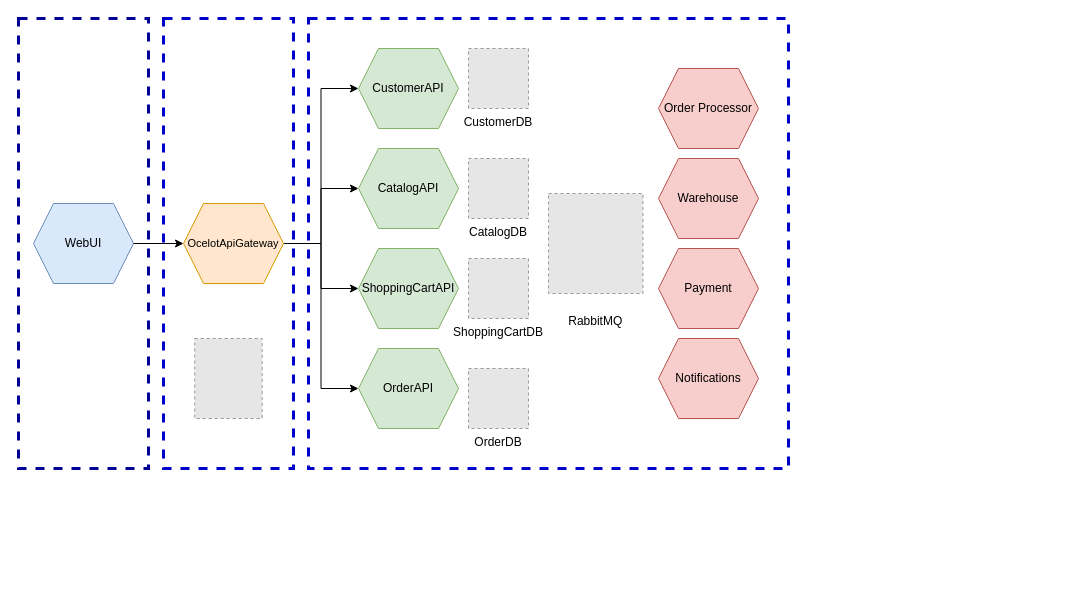
Earlier version of the draw.io diagram page "architecture" (2 of 12) of docs/DotNetRabbitMQIntegration.drawio (ivanenkomaksym/dotnet-messagebroker-demo). Source tidied: cells renumbered, new cells numbered last; positions are measured from the earlier drawing's top-left corner, leaving out a move shared by most shapes. Both pictures are drawn from the tidied source at 100%, with x=0, y=0 at pixel (18, 18). Pictures stored in the file or linked from it are replaced by grey dashed boxes.
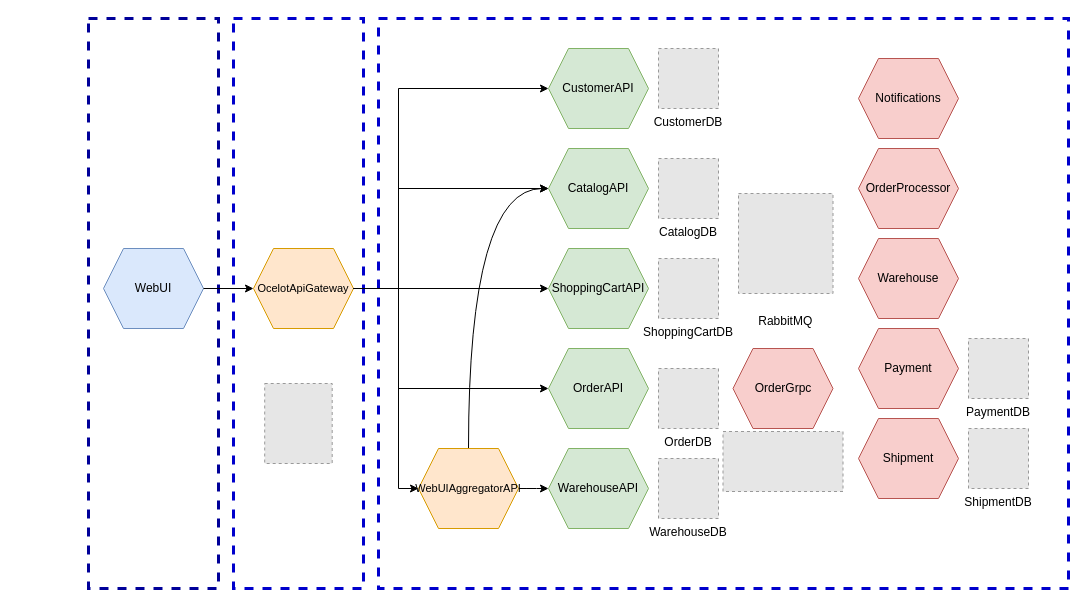
Above is the later version.

Diff of the diagram source:
```diff
@@
     <mxCell id="2" style="rounded=0;whiteSpace=wrap;html=1;dashed=1;strokeWidth=3;strokeColor=#0000CC;" parent="1" vertex="1">
-      <mxGeometry x="290" width="480" height="450" as="geometry" />
+      <mxGeometry x="360" width="690" height="570" as="geometry" />
     </mxCell>
     <mxCell id="3" style="rounded=0;whiteSpace=wrap;html=1;dashed=1;strokeWidth=3;strokeColor=#000099;" parent="1" vertex="1">
-      <mxGeometry width="130" height="450" as="geometry" />
+      <mxGeometry x="70" width="130" height="570" as="geometry" />
     </mxCell>
+    <mxCell id="9" value="WebUI" style="shape=hexagon;perimeter=hexagonPerimeter2;whiteSpace=wrap;html=1;fixedSize=1;labelBackgroundColor=none;fillColor=#dae8fc;strokeColor=#6c8ebf;" parent="1" vertex="1">
+      <mxGeometry x="85" y="230" width="100" height="80" as="geometry" />
+    </mxCell>
+    <mxCell id="26" style="edgeStyle=orthogonalEdgeStyle;jettySize=auto;html=1;entryX=0;entryY=0.5;entryDx=0;entryDy=0;rounded=0;" parent="1" edge="1" source="13" target="32">
+      <mxGeometry relative="1" as="geometry">
+        <Array as="points">
+          <mxPoint x="380" y="270" />
+          <mxPoint x="380" y="470" />
+        </Array>
+      </mxGeometry>
+    </mxCell>
+    <mxCell id="13" style="rounded=0;whiteSpace=wrap;html=1;dashed=1;strokeWidth=3;strokeColor=#0000CC;" parent="1" vertex="1">
+      <mxGeometry x="215" width="130" height="570" as="geometry" />
+    </mxCell>
+    <mxCell id="14" style="fillColor=#E6E6E6;strokeColor=#999999;dashed=1;verticalLabelPosition=bottom;labelBackgroundColor=#ffffff;verticalAlign=top;" parent="1" vertex="1">
+      <mxGeometry x="246.2" y="365" width="67.5" height="80" as="geometry" />
+    </mxCell>
+    <mxCell id="19" value="OcelotApiGateway" style="shape=hexagon;perimeter=hexagonPerimeter2;whiteSpace=wrap;html=1;fixedSize=1;fontSize=11;fillColor=#ffe6cc;strokeColor=#d79b00;" parent="1" vertex="1">
+      <mxGeometry x="235" y="230" width="100" height="80" as="geometry" />
+    </mxCell>
+    <mxCell id="20" style="edgeStyle=orthogonalEdgeStyle;rounded=0;jettySize=auto;html=1;" parent="1" edge="1" source="9" target="19">
+      <mxGeometry relative="1" as="geometry" />
+    </mxCell>
+    <mxCell id="15" style="edgeStyle=orthogonalEdgeStyle;rounded=0;jettySize=auto;html=1;entryX=0;entryY=0.5;entryDx=0;entryDy=0;fontSize=11;" parent="1" edge="1" source="19" target="21">
+      <mxGeometry relative="1" as="geometry">
+        <Array as="points">
+          <mxPoint x="380" y="270" />
+          <mxPoint x="380" y="70" />
+        </Array>
+      </mxGeometry>
+    </mxCell>
-    <mxCell id="4" value="Order Processor" style="shape=hexagon;perimeter=hexagonPerimeter2;whiteSpace=wrap;html=1;fixedSize=1;fillColor=#f8cecc;strokeColor=#b85450;" parent="1" vertex="1">
-      <mxGeometry x="640" y="50" width="100" height="80" as="geometry" />
+    <mxCell id="4" value="OrderProcessor" style="shape=hexagon;perimeter=hexagonPerimeter2;whiteSpace=wrap;html=1;fixedSize=1;fillColor=#f8cecc;strokeColor=#b85450;" parent="1" vertex="1">
+      <mxGeometry x="840" y="130" width="100" height="80" as="geometry" />
     </mxCell>
     <mxCell id="5" value="Warehouse" style="shape=hexagon;perimeter=hexagonPerimeter2;whiteSpace=wrap;html=1;fixedSize=1;fillColor=#f8cecc;strokeColor=#b85450;" parent="1" vertex="1">
-      <mxGeometry x="640" y="140" width="100" height="80" as="geometry" />
+      <mxGeometry x="840" y="220" width="100" height="80" as="geometry" />
     </mxCell>
-    <mxCell id="6" value="Notifications" style="shape=hexagon;perimeter=hexagonPerimeter2;whiteSpace=wrap;html=1;fixedSize=1;fillColor=#f8cecc;strokeColor=#b85450;" parent="1" vertex="1">
-      <mxGeometry x="640" y="320" width="100" height="80" as="geometry" />
-    </mxCell>
     <mxCell id="7" value="Payment" style="shape=hexagon;perimeter=hexagonPerimeter2;whiteSpace=wrap;html=1;fixedSize=1;fillColor=#f8cecc;strokeColor=#b85450;" parent="1" vertex="1">
-      <mxGeometry x="640" y="230" width="100" height="80" as="geometry" />
+      <mxGeometry x="840" y="310" width="100" height="80" as="geometry" />
     </mxCell>
     <mxCell id="8" value="OrderAPI" style="shape=hexagon;perimeter=hexagonPerimeter2;whiteSpace=wrap;html=1;fixedSize=1;fillColor=#d5e8d4;strokeColor=#82b366;" parent="1" vertex="1">
-      <mxGeometry x="340" y="330" width="100" height="80" as="geometry" />
+      <mxGeometry x="530" y="330" width="100" height="80" as="geometry" />
     </mxCell>
-    <mxCell id="9" value="WebUI" style="shape=hexagon;perimeter=hexagonPerimeter2;whiteSpace=wrap;html=1;fixedSize=1;labelBackgroundColor=none;fillColor=#dae8fc;strokeColor=#6c8ebf;" parent="1" vertex="1">
-      <mxGeometry x="15" y="185" width="100" height="80" as="geometry" />
-    </mxCell>
     <mxCell id="10" value="CatalogAPI" style="shape=hexagon;perimeter=hexagonPerimeter2;whiteSpace=wrap;html=1;fixedSize=1;fillColor=#d5e8d4;strokeColor=#82b366;" parent="1" vertex="1">
-      <mxGeometry x="340" y="130" width="100" height="80" as="geometry" />
+      <mxGeometry x="530" y="130" width="100" height="80" as="geometry" />
     </mxCell>
     <mxCell id="11" value="ShoppingCartAPI" style="shape=hexagon;perimeter=hexagonPerimeter2;whiteSpace=wrap;html=1;fixedSize=1;fillColor=#d5e8d4;strokeColor=#82b366;" parent="1" vertex="1">
-      <mxGeometry x="340" y="230" width="100" height="80" as="geometry" />
+      <mxGeometry x="530" y="230" width="100" height="80" as="geometry" />
     </mxCell>
     <mxCell id="12" value="CustomerDB" style="fillColor=#E6E6E6;strokeColor=#999999;dashed=1;verticalLabelPosition=bottom;labelBackgroundColor=#ffffff;verticalAlign=top;" parent="1" vertex="1">
-      <mxGeometry x="450" y="30" width="60" height="60" as="geometry" />
+      <mxGeometry x="640" y="30" width="60" height="60" as="geometry" />
     </mxCell>
-    <mxCell id="13" style="rounded=0;whiteSpace=wrap;html=1;dashed=1;strokeWidth=3;strokeColor=#0000CC;" parent="1" vertex="1">
-      <mxGeometry x="145" width="130" height="450" as="geometry" />
-    </mxCell>
-    <mxCell id="14" style="fillColor=#E6E6E6;strokeColor=#999999;dashed=1;verticalLabelPosition=bottom;labelBackgroundColor=#ffffff;verticalAlign=top;" parent="1" vertex="1">
-      <mxGeometry x="176.2" y="320" width="67.5" height="80" as="geometry" />
-    </mxCell>
-    <mxCell id="15" style="edgeStyle=orthogonalEdgeStyle;rounded=0;jettySize=auto;html=1;entryX=0;entryY=0.5;entryDx=0;entryDy=0;fontSize=11;" parent="1" edge="1" source="19" target="21">
-      <mxGeometry relative="1" as="geometry" />
-    </mxCell>
     <mxCell id="16" style="edgeStyle=orthogonalEdgeStyle;rounded=0;jettySize=auto;html=1;entryX=0;entryY=0.5;entryDx=0;entryDy=0;fontSize=11;" parent="1" edge="1" source="19" target="10">
-      <mxGeometry relative="1" as="geometry" />
+      <mxGeometry relative="1" as="geometry">
+        <Array as="points">
+          <mxPoint x="380" y="270" />
+          <mxPoint x="380" y="170" />
+        </Array>
+      </mxGeometry>
     </mxCell>
     <mxCell id="17" style="edgeStyle=orthogonalEdgeStyle;rounded=0;jettySize=auto;html=1;fontSize=11;" parent="1" edge="1" source="19" target="11">
-      <mxGeometry relative="1" as="geometry" />
+      <mxGeometry relative="1" as="geometry">
+        <Array as="points">
+          <mxPoint x="330" y="270" />
+          <mxPoint x="330" y="270" />
+        </Array>
+      </mxGeometry>
     </mxCell>
     <mxCell id="18" style="edgeStyle=orthogonalEdgeStyle;rounded=0;jettySize=auto;html=1;entryX=0;entryY=0.5;entryDx=0;entryDy=0;fontSize=11;" parent="1" edge="1" source="19" target="8">
-      <mxGeometry relative="1" as="geometry" />
+      <mxGeometry relative="1" as="geometry">
+        <Array as="points">
+          <mxPoint x="380" y="270" />
+          <mxPoint x="380" y="370" />
+        </Array>
+      </mxGeometry>
     </mxCell>
-    <mxCell id="19" value="OcelotApiGateway" style="shape=hexagon;perimeter=hexagonPerimeter2;whiteSpace=wrap;html=1;fixedSize=1;fontSize=11;fillColor=#ffe6cc;strokeColor=#d79b00;" parent="1" vertex="1">
-      <mxGeometry x="165" y="185" width="100" height="80" as="geometry" />
-    </mxCell>
-    <mxCell id="20" style="edgeStyle=orthogonalEdgeStyle;rounded=0;jettySize=auto;html=1;" parent="1" edge="1" source="9" target="19">
-      <mxGeometry relative="1" as="geometry" />
-    </mxCell>
     <mxCell id="21" value="CustomerAPI" style="shape=hexagon;perimeter=hexagonPerimeter2;whiteSpace=wrap;html=1;fixedSize=1;fillColor=#d5e8d4;strokeColor=#82b366;" parent="1" vertex="1">
-      <mxGeometry x="340" y="30" width="100" height="80" as="geometry" />
+      <mxGeometry x="530" y="30" width="100" height="80" as="geometry" />
     </mxCell>
     <mxCell id="22" value="&#10;RabbitMQ" style="fillColor=#E6E6E6;strokeColor=#999999;dashed=1;verticalLabelPosition=bottom;labelBackgroundColor=#ffffff;verticalAlign=top;" parent="1" vertex="1">
-      <mxGeometry x="530" y="175" width="94.5" height="100" as="geometry" />
+      <mxGeometry x="720" y="175" width="94.5" height="100" as="geometry" />
     </mxCell>
     <mxCell id="23" value="CatalogDB" style="fillColor=#E6E6E6;strokeColor=#999999;dashed=1;verticalLabelPosition=bottom;labelBackgroundColor=#ffffff;verticalAlign=top;" parent="1" vertex="1">
-      <mxGeometry x="450" y="140" width="60" height="60" as="geometry" />
+      <mxGeometry x="640" y="140" width="60" height="60" as="geometry" />
     </mxCell>
     <mxCell id="24" value="ShoppingCartDB" style="fillColor=#E6E6E6;strokeColor=#999999;dashed=1;verticalLabelPosition=bottom;labelBackgroundColor=#ffffff;verticalAlign=top;" parent="1" vertex="1">
-      <mxGeometry x="450" y="240" width="60" height="60" as="geometry" />
+      <mxGeometry x="640" y="240" width="60" height="60" as="geometry" />
     </mxCell>
     <mxCell id="25" value="OrderDB" style="fillColor=#E6E6E6;strokeColor=#999999;dashed=1;verticalLabelPosition=bottom;labelBackgroundColor=#ffffff;verticalAlign=top;" parent="1" vertex="1">
-      <mxGeometry x="450" y="350" width="60" height="60" as="geometry" />
+      <mxGeometry x="640" y="350" width="60" height="60" as="geometry" />
     </mxCell>
+    <mxCell id="27" value="WarehouseAPI" style="shape=hexagon;perimeter=hexagonPerimeter2;whiteSpace=wrap;html=1;fixedSize=1;fillColor=#d5e8d4;strokeColor=#82b366;" parent="1" vertex="1">
+      <mxGeometry x="530" y="430" width="100" height="80" as="geometry" />
+    </mxCell>
+    <mxCell id="28" value="WarehouseDB" style="fillColor=#E6E6E6;strokeColor=#999999;dashed=1;verticalLabelPosition=bottom;labelBackgroundColor=#ffffff;verticalAlign=top;" parent="1" vertex="1">
+      <mxGeometry x="640" y="440" width="60" height="60" as="geometry" />
+    </mxCell>
+    <mxCell id="29" value="OrderGrpc" style="shape=hexagon;perimeter=hexagonPerimeter2;whiteSpace=wrap;html=1;fixedSize=1;fillColor=#f8cecc;strokeColor=#b85450;" parent="1" vertex="1">
+      <mxGeometry x="714.5" y="330" width="100" height="80" as="geometry" />
+    </mxCell>
+    <mxCell id="30" style="edgeStyle=orthogonalEdgeStyle;curved=1;jettySize=auto;html=1;" parent="1" edge="1" source="32" target="27">
+      <mxGeometry relative="1" as="geometry" />
+    </mxCell>
+    <mxCell id="31" style="edgeStyle=orthogonalEdgeStyle;curved=1;jettySize=auto;html=1;entryX=0;entryY=0.5;entryDx=0;entryDy=0;" parent="1" edge="1" source="32" target="10">
+      <mxGeometry relative="1" as="geometry">
+        <Array as="points">
+          <mxPoint x="450" y="170" />
+        </Array>
+      </mxGeometry>
+    </mxCell>
+    <mxCell id="32" value="WebUIAggregatorAPI" style="shape=hexagon;perimeter=hexagonPerimeter2;whiteSpace=wrap;html=1;fixedSize=1;fontSize=11;fillColor=#ffe6cc;strokeColor=#d79b00;" parent="1" vertex="1">
+      <mxGeometry x="400" y="430" width="100" height="80" as="geometry" />
+    </mxCell>
+    <mxCell id="33" value="Shipment" style="shape=hexagon;perimeter=hexagonPerimeter2;whiteSpace=wrap;html=1;fixedSize=1;fillColor=#f8cecc;strokeColor=#b85450;" parent="1" vertex="1">
+      <mxGeometry x="840" y="400" width="100" height="80" as="geometry" />
+    </mxCell>
+    <mxCell id="34" style="fillColor=#E6E6E6;strokeColor=#999999;dashed=1;verticalLabelPosition=bottom;labelBackgroundColor=#ffffff;verticalAlign=top;" parent="1" vertex="1">
+      <mxGeometry x="704.5" y="413" width="120" height="60" as="geometry" />
+    </mxCell>
+    <mxCell id="35" value="PaymentDB" style="fillColor=#E6E6E6;strokeColor=#999999;dashed=1;verticalLabelPosition=bottom;labelBackgroundColor=#ffffff;verticalAlign=top;" parent="1" vertex="1">
+      <mxGeometry x="950" y="320" width="60" height="60" as="geometry" />
+    </mxCell>
+    <mxCell id="36" value="ShipmentDB" style="fillColor=#E6E6E6;strokeColor=#999999;dashed=1;verticalLabelPosition=bottom;labelBackgroundColor=#ffffff;verticalAlign=top;" parent="1" vertex="1">
+      <mxGeometry x="950" y="410" width="60" height="60" as="geometry" />
+    </mxCell>
+    <mxCell id="6" value="Notifications" style="shape=hexagon;perimeter=hexagonPerimeter2;whiteSpace=wrap;html=1;fixedSize=1;fillColor=#f8cecc;strokeColor=#b85450;" parent="1" vertex="1">
+      <mxGeometry x="840" y="40" width="100" height="80" as="geometry" />
+    </mxCell>
```
